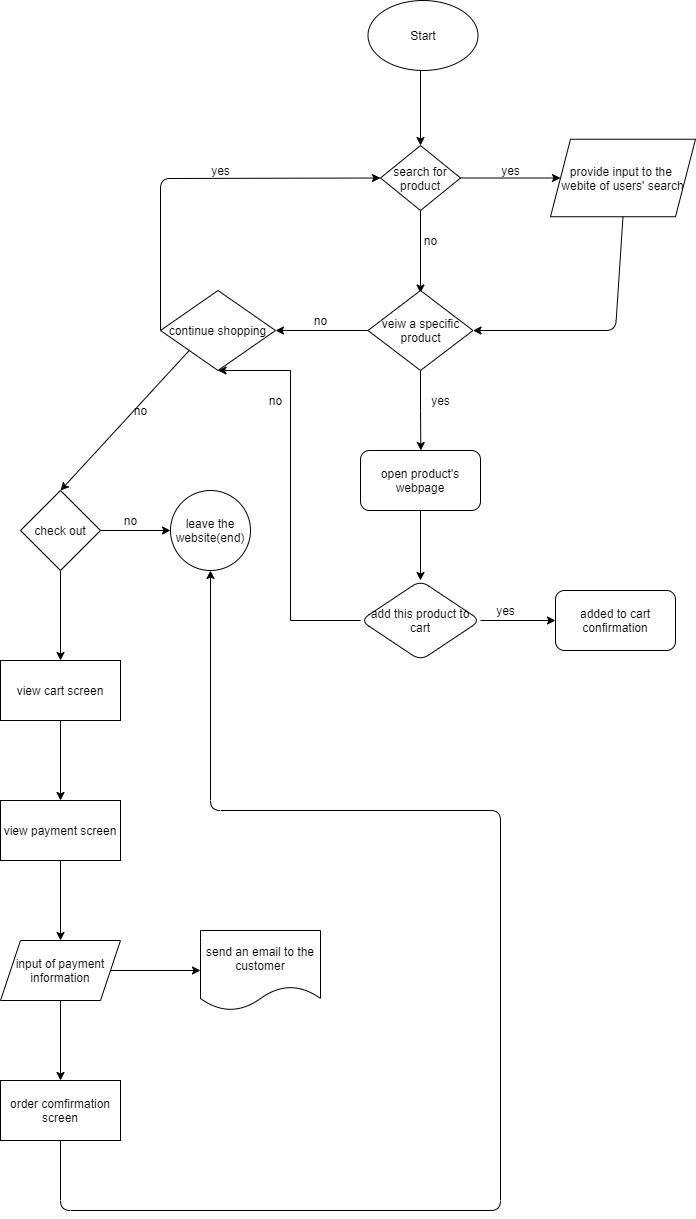
The draw.io diagram part2/part2.drawio.png in tangcb26/sp21-cse110-lab4, before a commit. Source tidied: cells renumbered, new cells last; positions are measured from the earlier drawing's top-left corner, leaving out a move shared by most shapes.
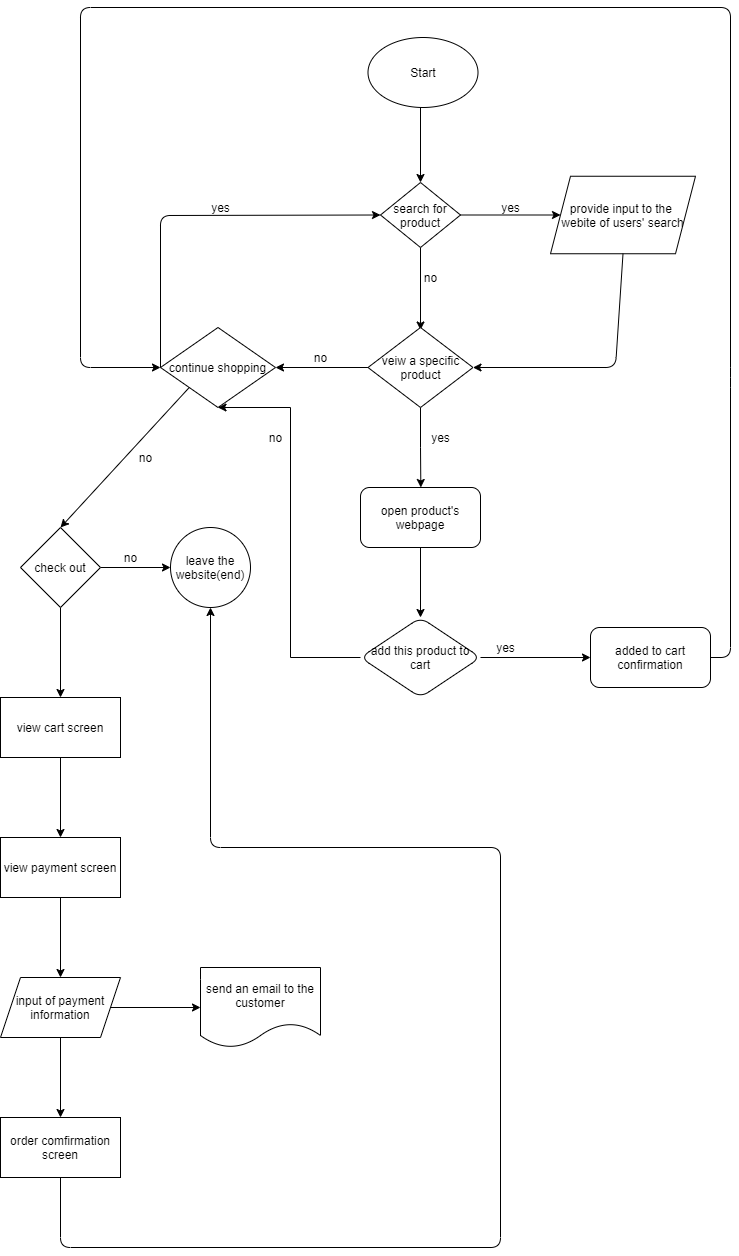
Later version of the same file.

Commit message:
lab4 flowcahrt

The edit, as a diff of the source:
```diff
@@ -72,7 +72,7 @@
       <mxGeometry x="360" y="580" width="120" height="80" as="geometry" />
     </mxCell>
     <mxCell id="20" value="added to cart confirmation" style="whiteSpace=wrap;html=1;rounded=1;" parent="1" vertex="1">
-      <mxGeometry x="555" y="590" width="120" height="60" as="geometry" />
+      <mxGeometry x="590" y="590" width="120" height="60" as="geometry" />
     </mxCell>
     <mxCell id="21" value="no" style="text;html=1;align=center;verticalAlign=middle;" parent="1" vertex="1">
       <mxGeometry x="260" y="390" width="30" height="20" as="geometry" />
@@ -102,7 +102,7 @@
       </mxGeometry>
     </mxCell>
     <mxCell id="28" value="no" style="text;html=1;align=center;verticalAlign=middle;" parent="1" vertex="1">
-      <mxGeometry x="125" y="400" width="30" height="20" as="geometry" />
+      <mxGeometry x="130" y="410" width="30" height="20" as="geometry" />
     </mxCell>
     <mxCell id="29" style="edgeStyle=orthogonalEdgeStyle;rounded=0;jettySize=auto;html=1;" parent="1" edge="1" target="32">
       <mxGeometry relative="1" as="geometry">
@@ -158,5 +158,16 @@
         </Array>
       </mxGeometry>
     </mxCell>
+    <mxCell id="44" style="endArrow=classic;html=1;exitX=1;exitY=0.5;exitDx=0;exitDy=0;entryX=0;entryY=0.5;entryDx=0;entryDy=0;" parent="1" edge="1" source="20" target="23">
+      <mxGeometry relative="1" as="geometry">
+        <Array as="points">
+          <mxPoint x="730" y="620" />
+          <mxPoint x="730" y="340" />
+          <mxPoint x="730" y="-30" />
+          <mxPoint x="80" y="-30" />
+          <mxPoint x="80" y="330" />
+        </Array>
+      </mxGeometry>
+    </mxCell>
   </root>
 </mxGraphModel>
```
